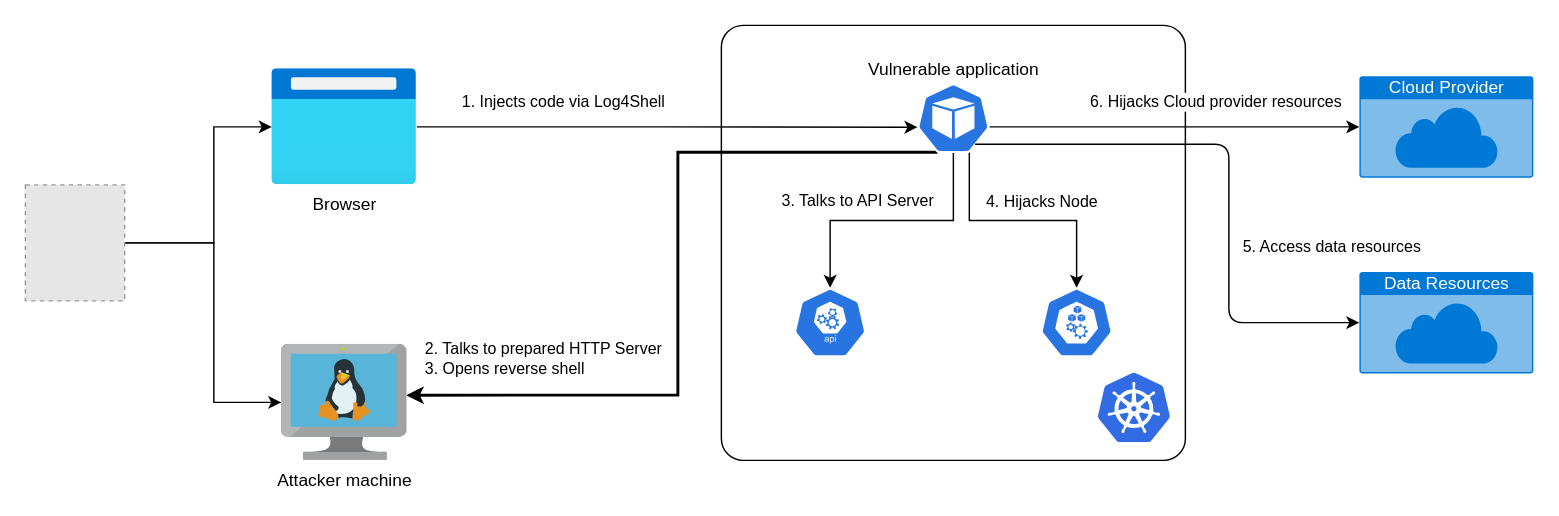
The draw.io diagram docs/hijack-kubernetes.drawio in nmeisenzahl/hijack-kubernetes, before the edit. Source tidied: cells renumbered, new cells numbered last; positions are measured from the earlier drawing's top-left corner, leaving out a move shared by most shapes. Both pictures are drawn from the tidied source at 145%, with x=0, y=0 at pixel (25, 25). Pictures stored in the file or linked from it are replaced by grey dashed boxes.
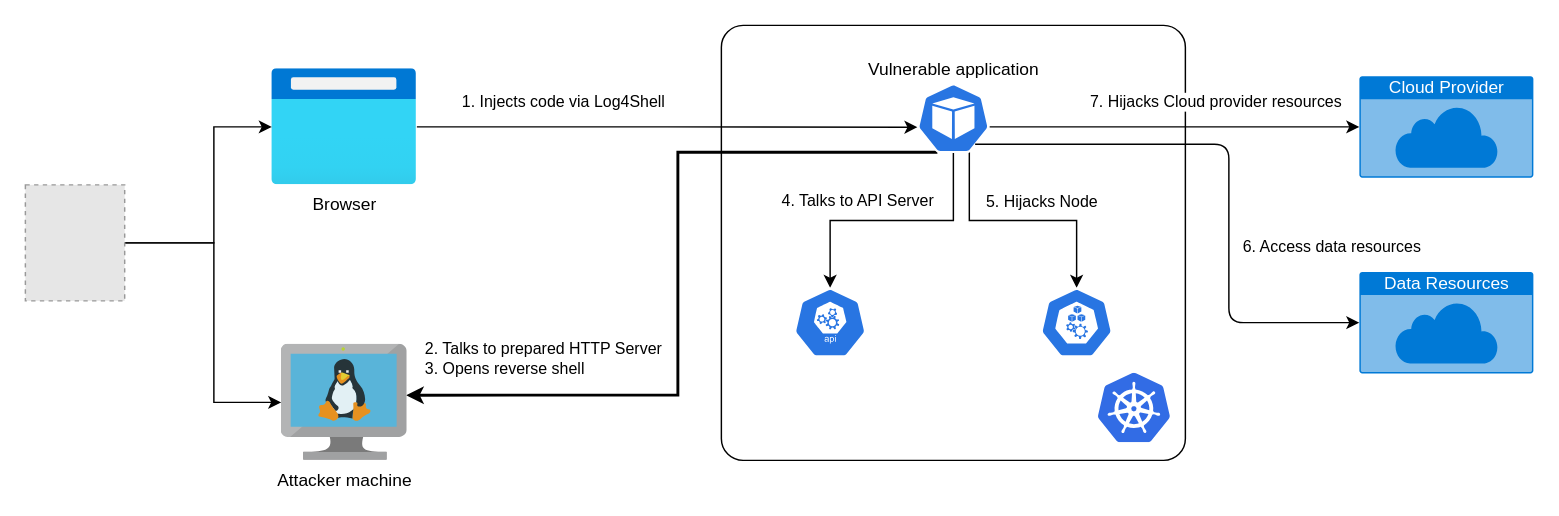
The same page after the edit.

Unchanged cells that the change refers to:
```xml
<mxCell id="12" style="edgeStyle=orthogonalEdgeStyle;rounded=0;jettySize=auto;html=1;exitX=0.5;exitY=1;exitDx=0;exitDy=0;exitPerimeter=0;entryX=0.5;entryY=0;entryDx=0;entryDy=0;entryPerimeter=0;" parent="1" edge="1" source="17" target="19">
  <mxGeometry relative="1" as="geometry" />
</mxCell>
<mxCell id="14" style="edgeStyle=orthogonalEdgeStyle;rounded=0;jettySize=auto;html=1;entryX=0.5;entryY=0;entryDx=0;entryDy=0;entryPerimeter=0;exitX=0.72;exitY=0.99;exitDx=0;exitDy=0;exitPerimeter=0;" parent="1" edge="1" source="17" target="20">
  <mxGeometry relative="1" as="geometry" />
</mxCell>
```

Change to the diagram source:
```diff
@@
-    <mxCell id="13" value="3. Talks to API Server" style="edgeLabel;html=1;align=center;verticalAlign=bottom;labelPosition=center;verticalLabelPosition=top;" parent="12" vertex="1">
+    <mxCell id="13" value="4. Talks to API Server" style="edgeLabel;html=1;align=center;verticalAlign=bottom;labelPosition=center;verticalLabelPosition=top;" parent="12" vertex="1">
       <mxGeometry x="0.06" y="-1" relative="1" as="geometry">
         <mxPoint x="-19" y="-5" as="offset" />
       </mxGeometry>
     </mxCell>
@@
-    <mxCell id="15" value="4. Hijacks Node" style="edgeLabel;html=1;align=center;verticalAlign=middle;" parent="14" vertex="1">
+    <mxCell id="15" value="5. Hijacks Node" style="edgeLabel;html=1;align=center;verticalAlign=middle;" parent="14" vertex="1">
       <mxGeometry x="0.57" y="2" relative="1" as="geometry">
         <mxPoint x="-27" y="-23" as="offset" />
       </mxGeometry>
     </mxCell>
@@
-    <mxCell id="24" value="6. Hijacks Cloud provider resources" style="edgeLabel;html=1;align=center;verticalAlign=top;labelPosition=center;verticalLabelPosition=bottom;" parent="1" vertex="1">
+    <mxCell id="24" value="7. Hijacks Cloud provider resources" style="edgeLabel;html=1;align=center;verticalAlign=top;labelPosition=center;verticalLabelPosition=bottom;" parent="1" vertex="1">
       <mxGeometry x="820" y="40" as="geometry" />
     </mxCell>
-    <mxCell id="25" value="5. Access data resources" style="edgeLabel;html=1;align=center;verticalAlign=top;labelPosition=center;verticalLabelPosition=bottom;" parent="1" vertex="1">
+    <mxCell id="25" value="6. Access data resources" style="edgeLabel;html=1;align=center;verticalAlign=top;labelPosition=center;verticalLabelPosition=bottom;" parent="1" vertex="1">
       <mxGeometry x="900" y="140" as="geometry" />
     </mxCell>
```
